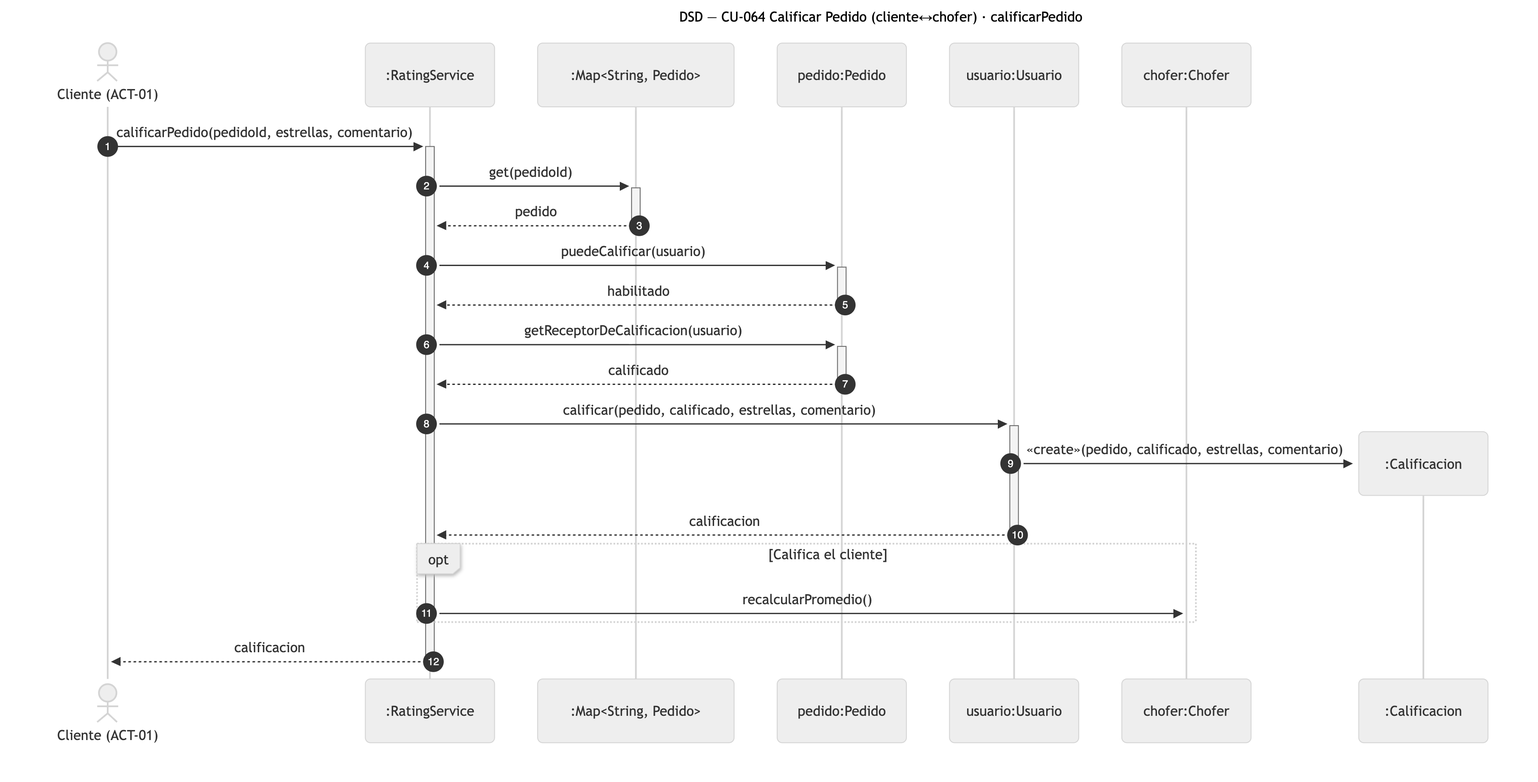
Above: diagramas/png/DSD_CU-064_calificarPedido.png in Nahuelito-Dev/splg-docs (Mermaid), before the change. Its source is kept beside it as diagramas/DSD_CU-064_calificarPedido.mmd.
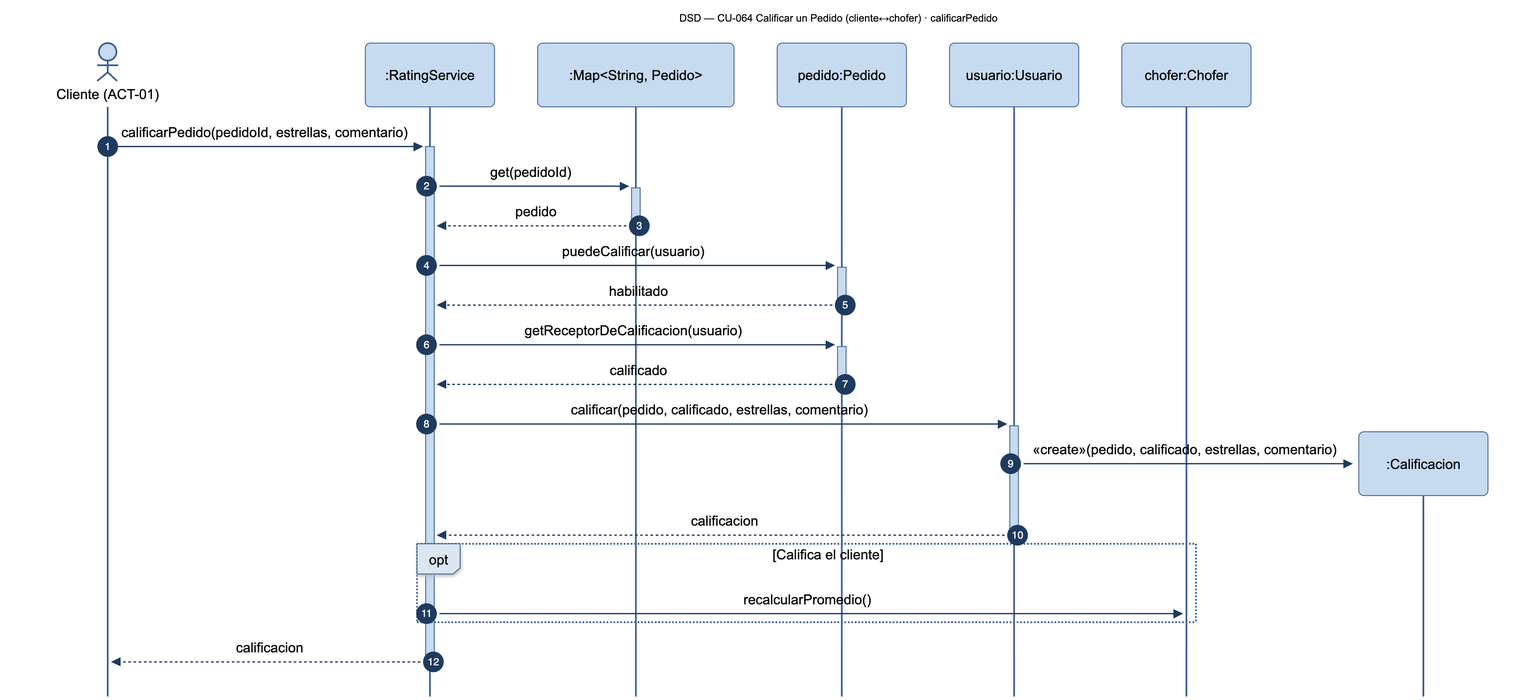
The same diagram one commit later.

Change to the diagram source:
```diff
@@ -1,5 +1,5 @@
 sequenceDiagram
-    title DSD — CU-064 Calificar Pedido (cliente↔chofer) · calificarPedido
+    title DSD — CU-064 Calificar un Pedido (cliente↔chofer) · calificarPedido
     autonumber
     actor CLI as Cliente (ACT-01)
     participant SRV as :RatingService
```
